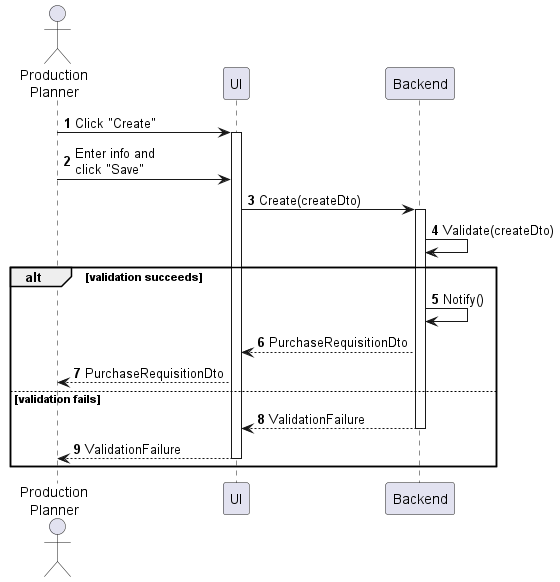
Before: sequences/purchase-requisition-create.png, a diagram exported from PlantUML (phihungha/scmss-reqs).
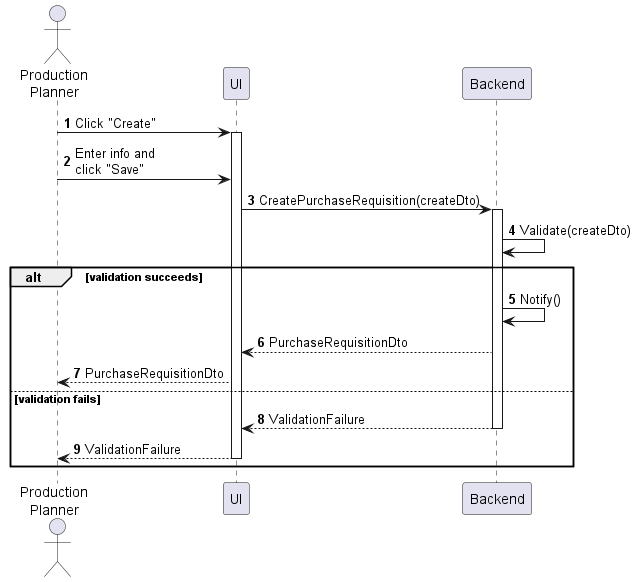
After the commit.

Diff of the diagram source:
```diff
@@ -8,7 +8,7 @@
 a -> f : Click "Create"
 activate f
 a -> f : Enter info and\nclick "Save"
-f -> b : Create(createDto)
+f -> b : CreatePurchaseRequisition(createDto)
 activate b
 b -> b : Validate(createDto)
 
```
